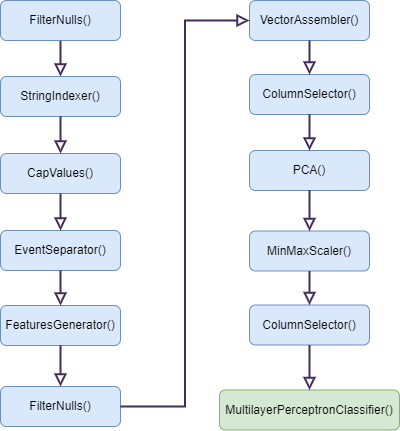
rfondato/seminario_topicos keeps this draw.io diagram as images/Pipeline Seminario.png. Above is the earlier version. Source tidied: cells renumbered, new cells last; positions are measured from the earlier drawing's top-left corner, leaving out a move shared by most shapes.
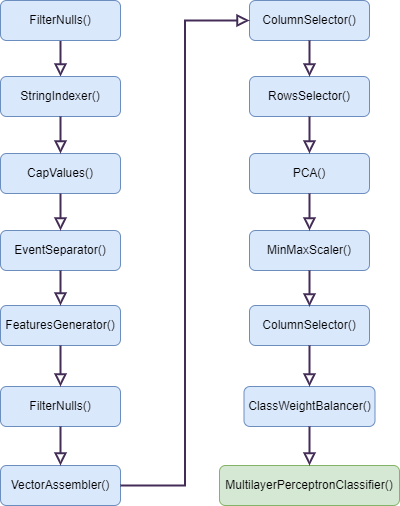
Above is the later version.

What changed in the source:
```diff
@@ -33,45 +33,57 @@
       <mxGeometry y="386" width="120" height="40" as="geometry" />
     </mxCell>
     <mxCell id="12" value="VectorAssembler()" style="rounded=1;whiteSpace=wrap;html=1;fontSize=12;glass=0;strokeWidth=1;shadow=0;fillColor=#dae8fc;strokeColor=#6c8ebf;" parent="1" vertex="1">
-      <mxGeometry x="249" width="120" height="40" as="geometry" />
+      <mxGeometry y="465" width="120" height="40" as="geometry" />
     </mxCell>
-    <mxCell id="13" style="rounded=0;html=1;jettySize=auto;fontSize=11;endArrow=block;endFill=0;endSize=8;strokeWidth=2;shadow=0;labelBackgroundColor=none;edgeStyle=orthogonalEdgeStyle;exitX=1;exitY=0.5;exitDx=0;exitDy=0;entryX=0;entryY=0.5;entryDx=0;entryDy=0;fillColor=#76608a;strokeColor=#432D57;" parent="1" edge="1" source="11" target="12">
-      <mxGeometry relative="1" as="geometry" />
-    </mxCell>
     <mxCell id="14" value="ColumnSelector()" style="rounded=1;whiteSpace=wrap;html=1;fontSize=12;glass=0;strokeWidth=1;shadow=0;fillColor=#dae8fc;strokeColor=#6c8ebf;" parent="1" vertex="1">
-      <mxGeometry x="249" y="74" width="120" height="40" as="geometry" />
+      <mxGeometry x="249" width="120" height="40" as="geometry" />
     </mxCell>
-    <mxCell id="15" style="rounded=0;html=1;jettySize=auto;fontSize=11;endArrow=block;endFill=0;endSize=8;strokeWidth=2;shadow=0;labelBackgroundColor=none;edgeStyle=orthogonalEdgeStyle;exitX=0.5;exitY=1;exitDx=0;exitDy=0;fillColor=#76608a;strokeColor=#432D57;" parent="1" edge="1" source="12" target="14">
-      <mxGeometry relative="1" as="geometry" />
-    </mxCell>
     <mxCell id="16" value="PCA()" style="rounded=1;whiteSpace=wrap;html=1;fontSize=12;glass=0;strokeWidth=1;shadow=0;fillColor=#dae8fc;strokeColor=#6c8ebf;" parent="1" vertex="1">
-      <mxGeometry x="249" y="150" width="120" height="40" as="geometry" />
+      <mxGeometry x="249" y="153" width="120" height="40" as="geometry" />
     </mxCell>
-    <mxCell id="17" style="rounded=0;html=1;jettySize=auto;fontSize=11;endArrow=block;endFill=0;endSize=8;strokeWidth=2;shadow=0;labelBackgroundColor=none;edgeStyle=orthogonalEdgeStyle;exitX=0.5;exitY=1;exitDx=0;exitDy=0;entryX=0.5;entryY=0;entryDx=0;entryDy=0;fillColor=#76608a;strokeColor=#432D57;" parent="1" edge="1" source="14" target="16">
-      <mxGeometry relative="1" as="geometry" />
-    </mxCell>
     <mxCell id="18" style="rounded=0;html=1;jettySize=auto;fontSize=11;endArrow=block;endFill=0;endSize=8;strokeWidth=2;shadow=0;labelBackgroundColor=none;edgeStyle=orthogonalEdgeStyle;exitX=0.5;exitY=1;exitDx=0;exitDy=0;fillColor=#76608a;strokeColor=#432D57;" parent="1" edge="1" source="9" target="11">
       <mxGeometry relative="1" as="geometry" />
     </mxCell>
     <mxCell id="19" value="MinMaxScaler()" style="rounded=1;whiteSpace=wrap;html=1;fontSize=12;glass=0;strokeWidth=1;shadow=0;fillColor=#dae8fc;strokeColor=#6c8ebf;" parent="1" vertex="1">
-      <mxGeometry x="249" y="230.5" width="120" height="40" as="geometry" />
+      <mxGeometry x="249" y="230" width="120" height="40" as="geometry" />
     </mxCell>
-    <mxCell id="20" style="rounded=0;html=1;jettySize=auto;fontSize=11;endArrow=block;endFill=0;endSize=8;strokeWidth=2;shadow=0;labelBackgroundColor=none;edgeStyle=orthogonalEdgeStyle;entryX=0.5;entryY=0;entryDx=0;entryDy=0;fillColor=#76608a;strokeColor=#432D57;" parent="1" edge="1" target="19">
-      <mxGeometry relative="1" as="geometry">
-        <mxPoint x="309" y="189.5" as="sourcePoint" />
-      </mxGeometry>
-    </mxCell>
     <mxCell id="21" value="ColumnSelector()" style="rounded=1;whiteSpace=wrap;html=1;fontSize=12;glass=0;strokeWidth=1;shadow=0;fillColor=#dae8fc;strokeColor=#6c8ebf;" parent="1" vertex="1">
-      <mxGeometry x="249" y="304.5" width="120" height="40" as="geometry" />
+      <mxGeometry x="249" y="305" width="120" height="40" as="geometry" />
     </mxCell>
-    <mxCell id="22" style="rounded=0;html=1;jettySize=auto;fontSize=11;endArrow=block;endFill=0;endSize=8;strokeWidth=2;shadow=0;labelBackgroundColor=none;edgeStyle=orthogonalEdgeStyle;exitX=0.5;exitY=1;exitDx=0;exitDy=0;fillColor=#76608a;strokeColor=#432D57;" parent="1" edge="1" source="19" target="21">
-      <mxGeometry relative="1" as="geometry" />
+    <mxCell id="22" style="rounded=0;html=1;jettySize=auto;fontSize=11;endArrow=block;endFill=0;endSize=8;strokeWidth=2;shadow=0;labelBackgroundColor=none;edgeStyle=orthogonalEdgeStyle;exitX=0.5;exitY=1;exitDx=0;exitDy=0;fillColor=#76608a;strokeColor=#432D57;" parent="1" edge="1" source="19">
+      <mxGeometry relative="1" as="geometry">
+        <mxPoint x="309" y="306" as="targetPoint" />
+      </mxGeometry>
     </mxCell>
     <mxCell id="23" value="MultilayerPerceptronClassifier()" style="rounded=1;whiteSpace=wrap;html=1;fontSize=12;glass=0;strokeWidth=1;shadow=0;fillColor=#d5e8d4;strokeColor=#82b366;" parent="1" vertex="1">
-      <mxGeometry x="219" y="389.5" width="180" height="40" as="geometry" />
+      <mxGeometry x="219" y="465" width="180" height="40" as="geometry" />
     </mxCell>
-    <mxCell id="24" style="rounded=0;html=1;jettySize=auto;fontSize=11;endArrow=block;endFill=0;endSize=8;strokeWidth=2;shadow=0;labelBackgroundColor=none;edgeStyle=orthogonalEdgeStyle;exitX=0.5;exitY=1;exitDx=0;exitDy=0;entryX=0.5;entryY=0;entryDx=0;entryDy=0;fillColor=#76608a;strokeColor=#432D57;" parent="1" edge="1" source="21" target="23">
-      <mxGeometry relative="1" as="geometry" />
-    </mxCell>
+    <mxCell id="13" style="rounded=0;html=1;jettySize=auto;fontSize=11;endArrow=block;endFill=0;endSize=8;strokeWidth=2;shadow=0;labelBackgroundColor=none;edgeStyle=orthogonalEdgeStyle;fillColor=#76608a;strokeColor=#432D57;exitX=0.5;exitY=1;exitDx=0;exitDy=0;entryX=0.5;entryY=0;entryDx=0;entryDy=0;" parent="1" edge="1" source="11" target="12">
+      <mxGeometry relative="1" as="geometry" />
+    </mxCell>
+    <mxCell id="25" value="RowsSelector()" style="rounded=1;whiteSpace=wrap;html=1;fontSize=12;glass=0;strokeWidth=1;shadow=0;fillColor=#dae8fc;strokeColor=#6c8ebf;" parent="1" vertex="1">
+      <mxGeometry x="249" y="76" width="120" height="40" as="geometry" />
+    </mxCell>
+    <mxCell id="26" value="ClassWeightBalancer()" style="rounded=1;whiteSpace=wrap;html=1;fontSize=12;glass=0;strokeWidth=1;shadow=0;fillColor=#dae8fc;strokeColor=#6c8ebf;" parent="1" vertex="1">
+      <mxGeometry x="243.5" y="386" width="131" height="40" as="geometry" />
+    </mxCell>
+    <mxCell id="27" style="rounded=0;html=1;jettySize=auto;fontSize=11;endArrow=block;endFill=0;endSize=8;strokeWidth=2;shadow=0;labelBackgroundColor=none;edgeStyle=orthogonalEdgeStyle;fillColor=#76608a;strokeColor=#432D57;exitX=0.5;exitY=1;exitDx=0;exitDy=0;entryX=0.5;entryY=0;entryDx=0;entryDy=0;" parent="1" edge="1" source="14" target="25">
+      <mxGeometry relative="1" as="geometry" />
+    </mxCell>
+    <mxCell id="28" style="rounded=0;html=1;jettySize=auto;fontSize=11;endArrow=block;endFill=0;endSize=8;strokeWidth=2;shadow=0;labelBackgroundColor=none;edgeStyle=orthogonalEdgeStyle;fillColor=#76608a;strokeColor=#432D57;exitX=0.5;exitY=1;exitDx=0;exitDy=0;entryX=0.5;entryY=0;entryDx=0;entryDy=0;" parent="1" edge="1" source="25" target="16">
+      <mxGeometry relative="1" as="geometry" />
+    </mxCell>
+    <mxCell id="29" style="rounded=0;html=1;jettySize=auto;fontSize=11;endArrow=block;endFill=0;endSize=8;strokeWidth=2;shadow=0;labelBackgroundColor=none;edgeStyle=orthogonalEdgeStyle;fillColor=#76608a;strokeColor=#432D57;exitX=0.5;exitY=1;exitDx=0;exitDy=0;entryX=0.5;entryY=0;entryDx=0;entryDy=0;" parent="1" edge="1" source="16" target="19">
+      <mxGeometry relative="1" as="geometry" />
+    </mxCell>
+    <mxCell id="30" style="rounded=0;html=1;jettySize=auto;fontSize=11;endArrow=block;endFill=0;endSize=8;strokeWidth=2;shadow=0;labelBackgroundColor=none;edgeStyle=orthogonalEdgeStyle;exitX=0.5;exitY=1;exitDx=0;exitDy=0;fillColor=#76608a;strokeColor=#432D57;entryX=0.5;entryY=0;entryDx=0;entryDy=0;" parent="1" edge="1" source="21" target="26">
+      <mxGeometry relative="1" as="geometry" />
+    </mxCell>
+    <mxCell id="31" style="rounded=0;html=1;jettySize=auto;fontSize=11;endArrow=block;endFill=0;endSize=8;strokeWidth=2;shadow=0;labelBackgroundColor=none;edgeStyle=orthogonalEdgeStyle;exitX=0.5;exitY=1;exitDx=0;exitDy=0;fillColor=#76608a;strokeColor=#432D57;entryX=0.5;entryY=0;entryDx=0;entryDy=0;" parent="1" edge="1" source="26" target="23">
+      <mxGeometry relative="1" as="geometry" />
+    </mxCell>
+    <mxCell id="15" style="rounded=0;html=1;jettySize=auto;fontSize=11;endArrow=block;endFill=0;endSize=8;strokeWidth=2;shadow=0;labelBackgroundColor=none;edgeStyle=orthogonalEdgeStyle;fillColor=#76608a;strokeColor=#432D57;exitX=1;exitY=0.5;exitDx=0;exitDy=0;entryX=0;entryY=0.5;entryDx=0;entryDy=0;" parent="1" edge="1" source="12" target="14">
+      <mxGeometry relative="1" as="geometry" />
+    </mxCell>
   </root>
 </mxGraphModel>
```
